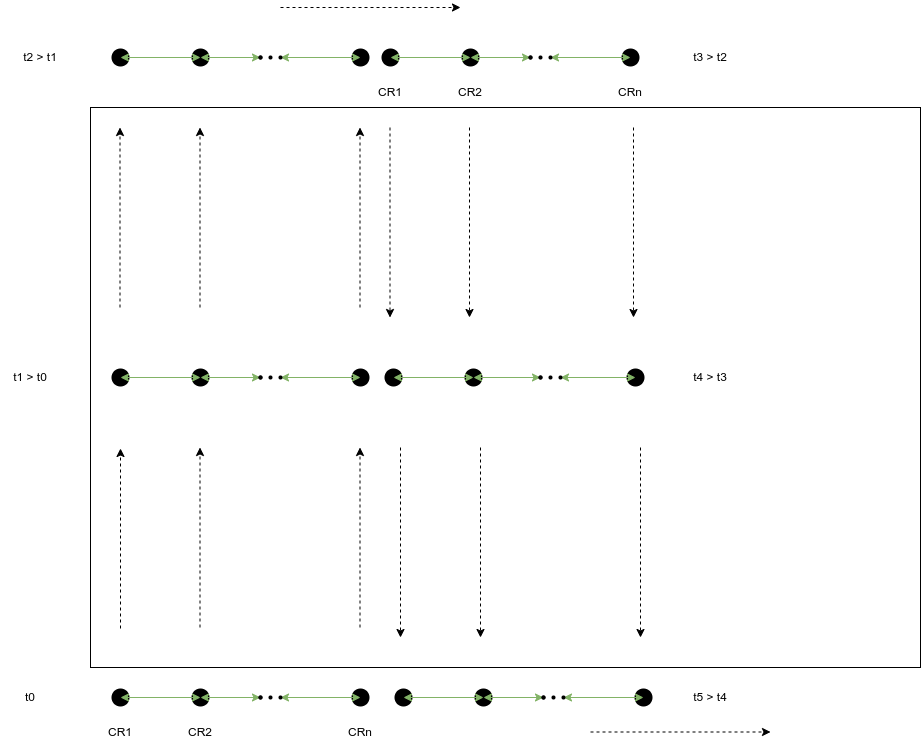
Before: graphics/peinture_au_rouleau1.png, a diagram exported from draw.io (Sevla8/End-of-Study-Project-INSA-Lyon). Source tidied: cells renumbered, new cells last; positions are measured from the earlier drawing's top-left corner, leaving out a move shared by most shapes.
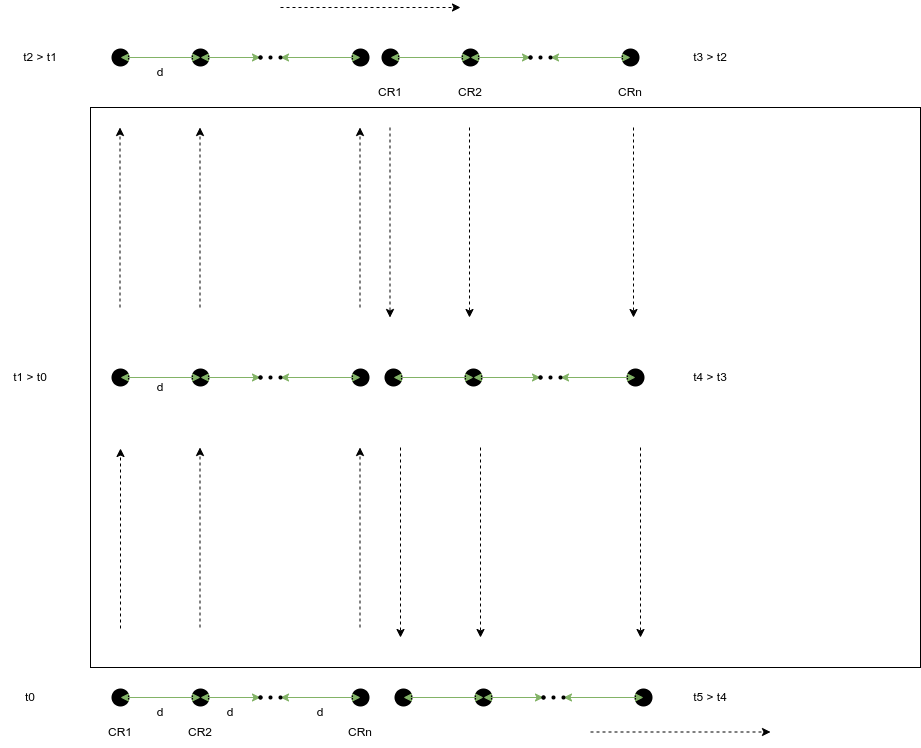
The same file after the commit.

The edit, as a diff of the source:
```diff
@@ -305,5 +305,20 @@
         <mxPoint x="770" y="724.5" as="targetPoint" />
       </mxGeometry>
     </mxCell>
+    <mxCell id="89" value="d" style="text;html=1;strokeColor=none;fillColor=none;align=center;verticalAlign=middle;whiteSpace=wrap;rounded=0;" parent="1" vertex="1">
+      <mxGeometry x="130" y="690" width="60" height="30" as="geometry" />
+    </mxCell>
+    <mxCell id="90" value="d" style="text;html=1;strokeColor=none;fillColor=none;align=center;verticalAlign=middle;whiteSpace=wrap;rounded=0;" parent="1" vertex="1">
+      <mxGeometry x="130" y="365" width="60" height="30" as="geometry" />
+    </mxCell>
+    <mxCell id="91" value="d" style="text;html=1;strokeColor=none;fillColor=none;align=center;verticalAlign=middle;whiteSpace=wrap;rounded=0;" parent="1" vertex="1">
+      <mxGeometry x="130" y="50" width="60" height="30" as="geometry" />
+    </mxCell>
+    <mxCell id="92" value="d" style="text;html=1;strokeColor=none;fillColor=none;align=center;verticalAlign=middle;whiteSpace=wrap;rounded=0;" parent="1" vertex="1">
+      <mxGeometry x="200" y="690" width="60" height="30" as="geometry" />
+    </mxCell>
+    <mxCell id="93" value="d" style="text;html=1;strokeColor=none;fillColor=none;align=center;verticalAlign=middle;whiteSpace=wrap;rounded=0;" parent="1" vertex="1">
+      <mxGeometry x="290" y="690" width="60" height="30" as="geometry" />
+    </mxCell>
   </root>
 </mxGraphModel>
```
